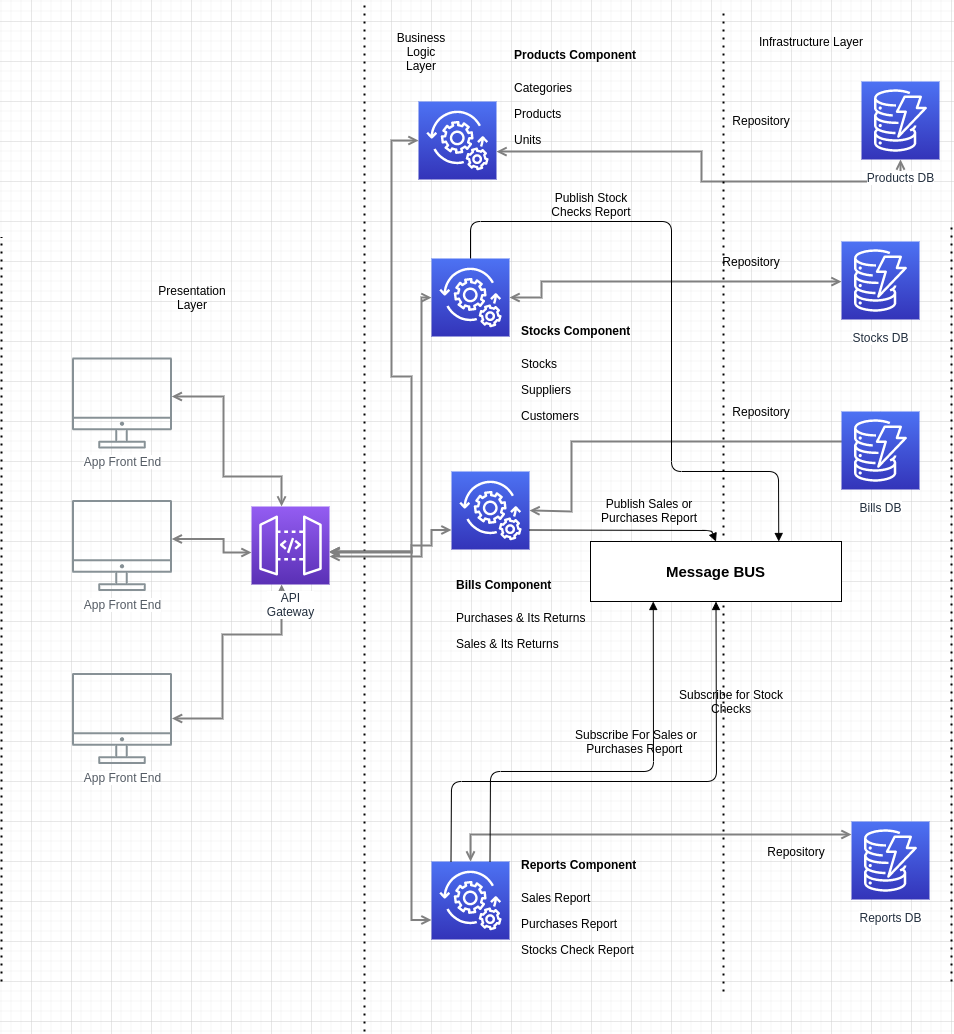
This is Stock-App/Architecture Diagram.png from ahmedfcih2014/back-end-analysis, a draw.io export, as it was before one commit. Source tidied: cells renumbered, new cells last; positions are measured from the earlier drawing's top-left corner, leaving out a move shared by most shapes.
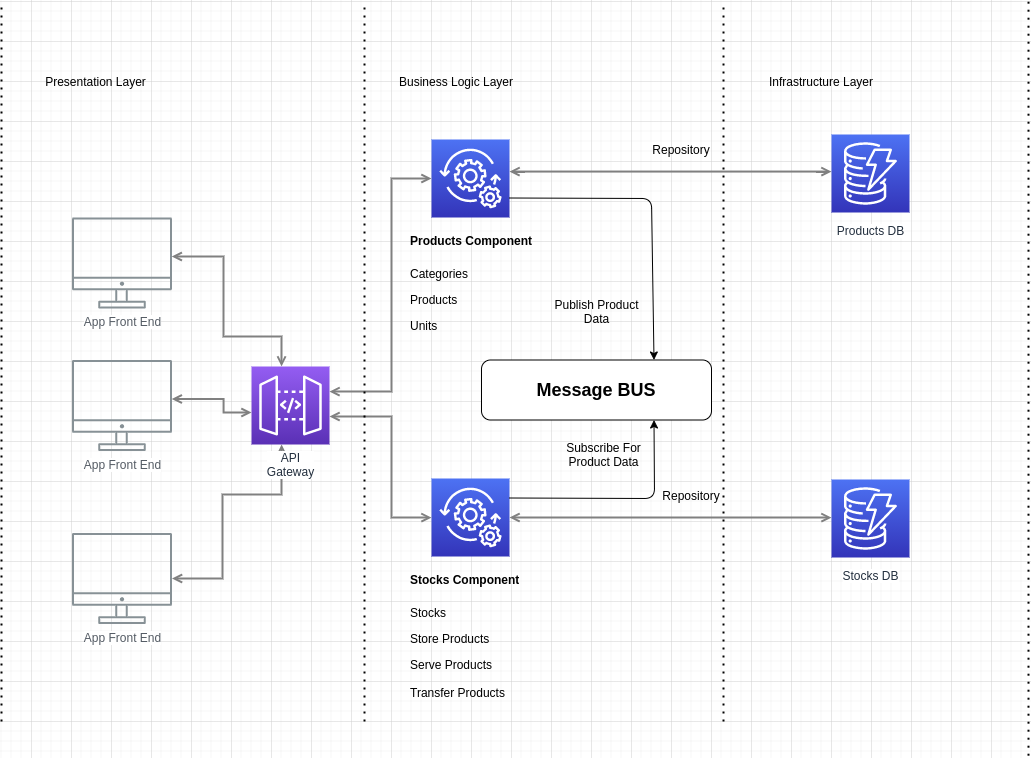
After the change.

Commit message:
after finalize ERD & Architecture Diagram

Change to the diagram source:
```diff
@@ -48,202 +48,116 @@
       <mxGeometry x="70.5" y="356" width="100" height="91" as="geometry" />
     </mxCell>
     <mxCell id="10" style="points=[[0,0,0],[0.25,0,0],[0.5,0,0],[0.75,0,0],[1,0,0],[0,1,0],[0.25,1,0],[0.5,1,0],[0.75,1,0],[1,1,0],[0,0.25,0],[0,0.5,0],[0,0.75,0],[1,0.25,0],[1,0.5,0],[1,0.75,0]];outlineConnect=0;fontColor=#232F3E;gradientColor=#4D72F3;gradientDirection=north;fillColor=#3334B9;strokeColor=#ffffff;dashed=0;verticalLabelPosition=bottom;verticalAlign=top;align=center;html=1;fontSize=12;fontStyle=0;shape=mxgraph.aws4.resourceIcon;resIcon=mxgraph.aws4.managed_services;" parent="1" vertex="1">
-      <mxGeometry x="417" y="100" width="78" height="78" as="geometry" />
+      <mxGeometry x="430" y="278" width="78" height="78" as="geometry" />
     </mxCell>
     <mxCell id="11" value="&lt;h1&gt;&lt;span style=&quot;font-size: 12px ; text-align: center&quot;&gt;Products Component&lt;/span&gt;&lt;br&gt;&lt;/h1&gt;&lt;p&gt;Categories&lt;/p&gt;&lt;p&gt;Products&lt;/p&gt;&lt;p&gt;Units&lt;/p&gt;" style="text;html=1;strokeColor=none;fillColor=none;spacing=5;spacingTop=-20;whiteSpace=wrap;overflow=hidden;rounded=0;" parent="1" vertex="1">
-      <mxGeometry x="508" y="30" width="190" height="120" as="geometry" />
+      <mxGeometry x="404" y="356" width="130" height="120" as="geometry" />
     </mxCell>
     <mxCell id="12" style="points=[[0,0,0],[0.25,0,0],[0.5,0,0],[0.75,0,0],[1,0,0],[0,1,0],[0.25,1,0],[0.5,1,0],[0.75,1,0],[1,1,0],[0,0.25,0],[0,0.5,0],[0,0.75,0],[1,0.25,0],[1,0.5,0],[1,0.75,0]];outlineConnect=0;fontColor=#232F3E;gradientColor=#4D72F3;gradientDirection=north;fillColor=#3334B9;strokeColor=#ffffff;dashed=0;verticalLabelPosition=bottom;verticalAlign=top;align=center;html=1;fontSize=12;fontStyle=0;shape=mxgraph.aws4.resourceIcon;resIcon=mxgraph.aws4.managed_services;" parent="1" vertex="1">
-      <mxGeometry x="430" y="257" width="78" height="78" as="geometry" />
+      <mxGeometry x="430" y="617" width="78" height="78" as="geometry" />
     </mxCell>
-    <mxCell id="13" value="&lt;h1&gt;&lt;span style=&quot;font-size: 12px ; text-align: center&quot;&gt;Stocks Component&lt;/span&gt;&lt;br&gt;&lt;/h1&gt;&lt;p&gt;Stocks&lt;/p&gt;&lt;p&gt;&lt;span&gt;Suppliers&lt;/span&gt;&lt;/p&gt;&lt;p&gt;&lt;span&gt;Customers&lt;/span&gt;&lt;/p&gt;" style="text;html=1;strokeColor=none;fillColor=none;spacing=5;spacingTop=-20;whiteSpace=wrap;overflow=hidden;rounded=0;" parent="1" vertex="1">
-      <mxGeometry x="515" y="306" width="170" height="124" as="geometry" />
+    <mxCell id="13" value="&lt;h1&gt;&lt;span style=&quot;font-size: 12px ; text-align: center&quot;&gt;Stocks Component&lt;/span&gt;&lt;br&gt;&lt;/h1&gt;&lt;p&gt;Stocks&lt;/p&gt;&lt;p&gt;Store Products&lt;br&gt;&lt;/p&gt;Serve Products&lt;br&gt;&lt;br&gt;Transfer Products" style="text;html=1;strokeColor=none;fillColor=none;spacing=5;spacingTop=-20;whiteSpace=wrap;overflow=hidden;rounded=0;" parent="1" vertex="1">
+      <mxGeometry x="404" y="695" width="130" height="155" as="geometry" />
     </mxCell>
-    <mxCell id="14" style="points=[[0,0,0],[0.25,0,0],[0.5,0,0],[0.75,0,0],[1,0,0],[0,1,0],[0.25,1,0],[0.5,1,0],[0.75,1,0],[1,1,0],[0,0.25,0],[0,0.5,0],[0,0.75,0],[1,0.25,0],[1,0.5,0],[1,0.75,0]];outlineConnect=0;fontColor=#232F3E;gradientColor=#4D72F3;gradientDirection=north;fillColor=#3334B9;strokeColor=#ffffff;dashed=0;verticalLabelPosition=bottom;verticalAlign=top;align=center;html=1;fontSize=12;fontStyle=0;shape=mxgraph.aws4.resourceIcon;resIcon=mxgraph.aws4.managed_services;" parent="1" vertex="1">
-      <mxGeometry x="450" y="470" width="78" height="78" as="geometry" />
-    </mxCell>
-    <mxCell id="15" value="&lt;h1&gt;&lt;span style=&quot;font-size: 12px ; text-align: center&quot;&gt;Bills Component&lt;/span&gt;&lt;br&gt;&lt;/h1&gt;&lt;p&gt;Purchases &amp;amp; Its Returns&lt;/p&gt;&lt;p&gt;Sales &amp;amp; Its Returns&lt;br&gt;&lt;/p&gt;" style="text;html=1;strokeColor=none;fillColor=none;spacing=5;spacingTop=-20;whiteSpace=wrap;overflow=hidden;rounded=0;" parent="1" vertex="1">
-      <mxGeometry x="450" y="560" width="220" height="102" as="geometry" />
-    </mxCell>
     <mxCell id="16" style="edgeStyle=orthogonalEdgeStyle;rounded=0;jettySize=auto;html=1;startArrow=open;startFill=0;endArrow=open;endFill=0;strokeWidth=2;strokeColor=#808080;" parent="1" edge="1" source="10" target="32">
       <mxGeometry relative="1" as="geometry">
         <Array as="points">
-          <mxPoint x="700" y="150" />
-          <mxPoint x="700" y="180" />
-          <mxPoint x="899" y="180" />
+          <mxPoint x="810" y="310" />
+          <mxPoint x="810" y="310" />
         </Array>
       </mxGeometry>
     </mxCell>
     <mxCell id="17" style="edgeStyle=orthogonalEdgeStyle;rounded=0;jettySize=auto;html=1;startArrow=open;startFill=0;endArrow=open;endFill=0;strokeWidth=2;strokeColor=#808080;exitX=1;exitY=0.5;exitDx=0;exitDy=0;exitPerimeter=0;" parent="1" edge="1" source="12" target="35">
       <mxGeometry relative="1" as="geometry">
         <Array as="points">
-          <mxPoint x="540" y="296" />
-          <mxPoint x="540" y="280" />
+          <mxPoint x="810" y="656" />
+          <mxPoint x="810" y="656" />
         </Array>
       </mxGeometry>
     </mxCell>
-    <mxCell id="18" style="edgeStyle=orthogonalEdgeStyle;rounded=0;jettySize=auto;html=1;startArrow=open;startFill=0;endArrow=open;endFill=0;strokeWidth=2;strokeColor=#808080;exitX=1;exitY=0.5;exitDx=0;exitDy=0;exitPerimeter=0;" parent="1" edge="1" source="14" target="39">
-      <mxGeometry relative="1" as="geometry">
-        <Array as="points">
-          <mxPoint x="570" y="510" />
-          <mxPoint x="570" y="440" />
-          <mxPoint x="879" y="440" />
-        </Array>
-      </mxGeometry>
-    </mxCell>
     <mxCell id="19" style="edgeStyle=orthogonalEdgeStyle;rounded=0;jettySize=auto;html=1;startArrow=open;startFill=0;endArrow=open;endFill=0;strokeWidth=2;strokeColor=#808080;" parent="1" edge="1" source="6" target="10">
       <mxGeometry relative="1" as="geometry">
         <Array as="points">
-          <mxPoint x="410" y="551" />
-          <mxPoint x="410" y="375" />
-          <mxPoint x="390" y="375" />
-          <mxPoint x="390" y="139" />
+          <mxPoint x="390" y="530" />
+          <mxPoint x="390" y="317" />
         </Array>
       </mxGeometry>
     </mxCell>
     <mxCell id="20" style="edgeStyle=orthogonalEdgeStyle;rounded=0;jettySize=auto;html=1;startArrow=open;startFill=0;endArrow=open;endFill=0;strokeWidth=2;strokeColor=#808080;" parent="1" edge="1" source="6" target="12">
       <mxGeometry relative="1" as="geometry">
         <Array as="points">
-          <mxPoint x="420" y="555" />
-          <mxPoint x="420" y="296" />
+          <mxPoint x="390" y="555" />
+          <mxPoint x="390" y="656" />
         </Array>
       </mxGeometry>
     </mxCell>
-    <mxCell id="21" style="edgeStyle=orthogonalEdgeStyle;rounded=0;jettySize=auto;html=1;startArrow=open;startFill=0;endArrow=open;endFill=0;strokeWidth=2;strokeColor=#808080;entryX=0;entryY=0.75;entryDx=0;entryDy=0;entryPerimeter=0;" parent="1" edge="1" source="6" target="14">
-      <mxGeometry relative="1" as="geometry">
-        <Array as="points">
-          <mxPoint x="410" y="550" />
-          <mxPoint x="410" y="544" />
-          <mxPoint x="430" y="544" />
-          <mxPoint x="430" y="528" />
-        </Array>
-      </mxGeometry>
-    </mxCell>
     <mxCell id="22" style="endArrow=none;dashed=1;html=1;dashPattern=1 3;strokeWidth=2;" parent="1" edge="1">
       <mxGeometry relative="1" as="geometry">
-        <mxPoint x="363" y="1030" as="sourcePoint" />
-        <mxPoint x="363" as="targetPoint" />
+        <mxPoint x="363" y="860" as="sourcePoint" />
+        <mxPoint x="363" y="140" as="targetPoint" />
       </mxGeometry>
     </mxCell>
     <mxCell id="23" value="Presentation Layer" style="text;html=1;strokeColor=none;fillColor=none;align=center;verticalAlign=middle;whiteSpace=wrap;rounded=0;" parent="1" vertex="1">
-      <mxGeometry x="171" y="286" width="40" height="20" as="geometry" />
+      <mxGeometry x="30" y="210" width="129" height="20" as="geometry" />
     </mxCell>
     <mxCell id="24" value="Business Logic Layer" style="text;html=1;strokeColor=none;fillColor=none;align=center;verticalAlign=middle;whiteSpace=wrap;rounded=0;" parent="1" vertex="1">
-      <mxGeometry x="400" y="40" width="40" height="20" as="geometry" />
+      <mxGeometry x="390" y="210" width="130" height="20" as="geometry" />
     </mxCell>
     <mxCell id="25" value="Infrastructure Layer" style="text;html=1;strokeColor=none;fillColor=none;align=center;verticalAlign=middle;whiteSpace=wrap;rounded=0;" parent="1" vertex="1">
-      <mxGeometry x="750" y="30" width="120" height="20" as="geometry" />
+      <mxGeometry x="760" y="210" width="120" height="20" as="geometry" />
     </mxCell>
-    <mxCell id="26" style="points=[[0,0,0],[0.25,0,0],[0.5,0,0],[0.75,0,0],[1,0,0],[0,1,0],[0.25,1,0],[0.5,1,0],[0.75,1,0],[1,1,0],[0,0.25,0],[0,0.5,0],[0,0.75,0],[1,0.25,0],[1,0.5,0],[1,0.75,0]];outlineConnect=0;fontColor=#232F3E;gradientColor=#4D72F3;gradientDirection=north;fillColor=#3334B9;strokeColor=#ffffff;dashed=0;verticalLabelPosition=bottom;verticalAlign=top;align=center;html=1;fontSize=12;fontStyle=0;shape=mxgraph.aws4.resourceIcon;resIcon=mxgraph.aws4.managed_services;" parent="1" vertex="1">
-      <mxGeometry x="430" y="860" width="78" height="78" as="geometry" />
-    </mxCell>
-    <mxCell id="27" style="edgeStyle=orthogonalEdgeStyle;rounded=0;jettySize=auto;html=1;startArrow=open;startFill=0;endArrow=open;endFill=0;strokeWidth=2;strokeColor=#808080;entryX=0;entryY=0.75;entryDx=0;entryDy=0;entryPerimeter=0;" parent="1" edge="1" source="6" target="26">
-      <mxGeometry relative="1" as="geometry">
-        <Array as="points">
-          <mxPoint x="410" y="550" />
-          <mxPoint x="410" y="919" />
-        </Array>
-      </mxGeometry>
-    </mxCell>
-    <mxCell id="28" value="&lt;h1&gt;&lt;span style=&quot;font-size: 12px ; text-align: center&quot;&gt;Reports Component&lt;/span&gt;&lt;br&gt;&lt;/h1&gt;&lt;p&gt;Sales Report&lt;/p&gt;&lt;p&gt;Purchases Report&lt;br&gt;&lt;/p&gt;&lt;p&gt;Stocks Check Report&lt;/p&gt;" style="text;html=1;strokeColor=none;fillColor=none;spacing=5;spacingTop=-20;whiteSpace=wrap;overflow=hidden;rounded=0;" parent="1" vertex="1">
-      <mxGeometry x="515" y="840" width="220" height="150" as="geometry" />
-    </mxCell>
-    <mxCell id="29" style="edgeStyle=orthogonalEdgeStyle;rounded=0;jettySize=auto;html=1;startArrow=open;startFill=0;endArrow=open;endFill=0;strokeWidth=2;strokeColor=#808080;" parent="1" edge="1" source="26" target="37">
-      <mxGeometry relative="1" as="geometry">
-        <Array as="points">
-          <mxPoint x="469" y="833" />
-        </Array>
-      </mxGeometry>
-    </mxCell>
     <mxCell id="30" style="endArrow=none;dashed=1;html=1;dashPattern=1 3;strokeWidth=2;" parent="1" edge="1">
       <mxGeometry relative="1" as="geometry">
-        <mxPoint x="950" y="980" as="sourcePoint" />
-        <mxPoint x="950" y="225.8" as="targetPoint" />
+        <mxPoint x="1027" y="894.2" as="sourcePoint" />
+        <mxPoint x="1027" y="140" as="targetPoint" />
       </mxGeometry>
     </mxCell>
     <mxCell id="31" style="endArrow=none;dashed=1;html=1;dashPattern=1 3;strokeWidth=2;" parent="1" edge="1">
       <mxGeometry relative="1" as="geometry">
-        <mxPoint y="980" as="sourcePoint" />
-        <mxPoint y="235.8" as="targetPoint" />
+        <mxPoint y="860" as="sourcePoint" />
+        <mxPoint y="140" as="targetPoint" />
       </mxGeometry>
     </mxCell>
     <mxCell id="32" value="Products DB" style="outlineConnect=0;fontColor=#232F3E;gradientColor=#4D72F3;gradientDirection=north;fillColor=#3334B9;strokeColor=#ffffff;dashed=0;verticalLabelPosition=bottom;verticalAlign=top;align=center;html=1;fontSize=12;fontStyle=0;shape=mxgraph.aws4.resourceIcon;resIcon=mxgraph.aws4.dynamodb;labelBackgroundColor=#ffffff;spacingTop=5;" parent="1" vertex="1">
-      <mxGeometry x="860" y="80" width="78" height="78" as="geometry" />
+      <mxGeometry x="830" y="273" width="78" height="78" as="geometry" />
     </mxCell>
     <mxCell id="33" style="endArrow=none;dashed=1;html=1;dashPattern=1 3;strokeWidth=2;" parent="1" edge="1">
       <mxGeometry relative="1" as="geometry">
-        <mxPoint x="722" y="990" as="sourcePoint" />
-        <mxPoint x="722" y="10" as="targetPoint" />
+        <mxPoint x="722" y="860" as="sourcePoint" />
+        <mxPoint x="722" y="140" as="targetPoint" />
       </mxGeometry>
     </mxCell>
     <mxCell id="34" value="Repository" style="text;html=1;strokeColor=none;fillColor=none;align=center;verticalAlign=middle;whiteSpace=wrap;rounded=0;" parent="1" vertex="1">
-      <mxGeometry x="700" y="109" width="120" height="20" as="geometry" />
+      <mxGeometry x="620" y="278" width="120" height="20" as="geometry" />
     </mxCell>
     <mxCell id="35" value="Stocks DB" style="outlineConnect=0;fontColor=#232F3E;gradientColor=#4D72F3;gradientDirection=north;fillColor=#3334B9;strokeColor=#ffffff;dashed=0;verticalLabelPosition=bottom;verticalAlign=top;align=center;html=1;fontSize=12;fontStyle=0;shape=mxgraph.aws4.resourceIcon;resIcon=mxgraph.aws4.dynamodb;labelBackgroundColor=#ffffff;spacingTop=5;" parent="1" vertex="1">
-      <mxGeometry x="840" y="240" width="78" height="78" as="geometry" />
+      <mxGeometry x="830" y="618" width="78" height="78" as="geometry" />
     </mxCell>
     <mxCell id="36" value="Repository" style="text;html=1;strokeColor=none;fillColor=none;align=center;verticalAlign=middle;whiteSpace=wrap;rounded=0;" parent="1" vertex="1">
-      <mxGeometry x="690" y="250" width="120" height="20" as="geometry" />
+      <mxGeometry x="630" y="624" width="120" height="20" as="geometry" />
     </mxCell>
-    <mxCell id="37" value="Reports DB" style="outlineConnect=0;fontColor=#232F3E;gradientColor=#4D72F3;gradientDirection=north;fillColor=#3334B9;strokeColor=#ffffff;dashed=0;verticalLabelPosition=bottom;verticalAlign=top;align=center;html=1;fontSize=12;fontStyle=0;shape=mxgraph.aws4.resourceIcon;resIcon=mxgraph.aws4.dynamodb;labelBackgroundColor=#ffffff;spacingTop=5;" parent="1" vertex="1">
-      <mxGeometry x="850" y="820" width="78" height="78" as="geometry" />
-    </mxCell>
-    <mxCell id="38" value="Repository" style="text;html=1;strokeColor=none;fillColor=none;align=center;verticalAlign=middle;whiteSpace=wrap;rounded=0;" parent="1" vertex="1">
-      <mxGeometry x="735" y="840" width="120" height="20" as="geometry" />
-    </mxCell>
-    <mxCell id="39" value="Bills DB" style="outlineConnect=0;fontColor=#232F3E;gradientColor=#4D72F3;gradientDirection=north;fillColor=#3334B9;strokeColor=#ffffff;dashed=0;verticalLabelPosition=bottom;verticalAlign=top;align=center;html=1;fontSize=12;fontStyle=0;shape=mxgraph.aws4.resourceIcon;resIcon=mxgraph.aws4.dynamodb;labelBackgroundColor=#ffffff;spacingTop=5;" parent="1" vertex="1">
-      <mxGeometry x="840" y="410" width="78" height="78" as="geometry" />
-    </mxCell>
-    <mxCell id="40" value="Repository" style="text;html=1;strokeColor=none;fillColor=none;align=center;verticalAlign=middle;whiteSpace=wrap;rounded=0;" parent="1" vertex="1">
-      <mxGeometry x="700" y="400" width="120" height="20" as="geometry" />
-    </mxCell>
-    <mxCell id="41" value="&lt;font style=&quot;font-size: 15px&quot;&gt;&lt;b&gt;Message BUS&lt;/b&gt;&lt;/font&gt;" style="rounded=0;whiteSpace=wrap;html=1;" parent="1" vertex="1">
-      <mxGeometry x="589" y="540" width="251" height="60" as="geometry" />
+    <mxCell id="41" value="&lt;b&gt;&lt;font style=&quot;font-size: 18px&quot;&gt;Message BUS&lt;/font&gt;&lt;/b&gt;" style="rounded=1;whiteSpace=wrap;html=1;" parent="1" vertex="1">
+      <mxGeometry x="480" y="498.5" width="230" height="60" as="geometry" />
     </mxCell>
-    <mxCell id="42" style="html=1;verticalAlign=bottom;labelBackgroundColor=none;endArrow=block;endFill=1;exitX=1;exitY=0.75;exitDx=0;exitDy=0;exitPerimeter=0;entryX=0.5;entryY=0;entryDx=0;entryDy=0;" parent="1" edge="1" source="14" target="41">
-      <mxGeometry relative="1" as="geometry">
-        <Array as="points">
-          <mxPoint x="710" y="529" />
-        </Array>
-      </mxGeometry>
-    </mxCell>
-    <mxCell id="43" value="Publish Sales or Purchases Report" style="text;html=1;strokeColor=none;fillColor=none;align=center;verticalAlign=middle;whiteSpace=wrap;rounded=0;" parent="1" vertex="1">
-      <mxGeometry x="598" y="484.5" width="100" height="49" as="geometry" />
-    </mxCell>
+    <mxCell id="50" style="endArrow=classic;html=1;exitX=1;exitY=0.75;exitDx=0;exitDy=0;exitPerimeter=0;entryX=0.75;entryY=0;entryDx=0;entryDy=0;" parent="1" edge="1" source="10" target="41">
+      <mxGeometry relative="1" as="geometry">
+        <Array as="points">
+          <mxPoint x="650" y="337" />
+        </Array>
+      </mxGeometry>
+    </mxCell>
+    <mxCell id="51" value="Publish Product Data" style="text;html=1;strokeColor=none;fillColor=none;align=center;verticalAlign=middle;whiteSpace=wrap;rounded=0;" parent="1" vertex="1">
+      <mxGeometry x="547.5" y="440" width="95" height="20" as="geometry" />
+    </mxCell>
-    <mxCell id="44" style="html=1;verticalAlign=bottom;labelBackgroundColor=none;endArrow=block;endFill=1;exitX=0.5;exitY=0;exitDx=0;exitDy=0;exitPerimeter=0;entryX=0.75;entryY=0;entryDx=0;entryDy=0;" parent="1" edge="1" source="12" target="41">
+    <mxCell id="44" style="endArrow=classic;html=1;exitX=1;exitY=0.25;exitDx=0;exitDy=0;exitPerimeter=0;entryX=0.75;entryY=1;entryDx=0;entryDy=0;" parent="1" edge="1" source="12" target="41">
       <mxGeometry relative="1" as="geometry">
         <Array as="points">
-          <mxPoint x="469" y="220" />
-          <mxPoint x="670" y="220" />
-          <mxPoint x="670" y="470" />
-          <mxPoint x="777" y="470" />
+          <mxPoint x="653" y="637" />
         </Array>
       </mxGeometry>
     </mxCell>
-    <mxCell id="45" value="Publish Stock Checks Report" style="text;html=1;strokeColor=none;fillColor=none;align=center;verticalAlign=middle;whiteSpace=wrap;rounded=0;" parent="1" vertex="1">
-      <mxGeometry x="540" y="178" width="100" height="49" as="geometry" />
-    </mxCell>
-    <mxCell id="46" style="html=1;verticalAlign=bottom;labelBackgroundColor=none;endArrow=block;endFill=1;exitX=0.75;exitY=0;exitDx=0;exitDy=0;exitPerimeter=0;entryX=0.25;entryY=1;entryDx=0;entryDy=0;" parent="1" edge="1" source="26" target="41">
-      <mxGeometry relative="1" as="geometry">
-        <Array as="points">
-          <mxPoint x="489" y="770" />
-          <mxPoint x="652" y="770" />
-        </Array>
-      </mxGeometry>
-    </mxCell>
-    <mxCell id="47" value="Subscribe For Sales or Purchases Report&amp;nbsp;" style="text;html=1;strokeColor=none;fillColor=none;align=center;verticalAlign=middle;whiteSpace=wrap;rounded=0;" parent="1" vertex="1">
-      <mxGeometry x="550" y="730" width="170" height="20" as="geometry" />
-    </mxCell>
-    <mxCell id="48" style="html=1;verticalAlign=bottom;labelBackgroundColor=none;endArrow=block;endFill=1;exitX=0.25;exitY=0;exitDx=0;exitDy=0;exitPerimeter=0;entryX=0.5;entryY=1;entryDx=0;entryDy=0;" parent="1" edge="1" source="26" target="41">
-      <mxGeometry relative="1" as="geometry">
-        <Array as="points">
-          <mxPoint x="450" y="780" />
-          <mxPoint x="715" y="780" />
-        </Array>
-      </mxGeometry>
-    </mxCell>
-    <mxCell id="49" value="Subscribe for Stock Checks" style="text;html=1;strokeColor=none;fillColor=none;align=center;verticalAlign=middle;whiteSpace=wrap;rounded=0;" parent="1" vertex="1">
-      <mxGeometry x="660" y="690" width="140" height="20" as="geometry" />
-    </mxCell>
+    <mxCell id="52" value="Subscribe For Product Data" style="text;html=1;strokeColor=none;fillColor=none;align=center;verticalAlign=middle;whiteSpace=wrap;rounded=0;" parent="1" vertex="1">
+      <mxGeometry x="550" y="583" width="105" height="20" as="geometry" />
+    </mxCell>
   </root>
 </mxGraphModel>
```
